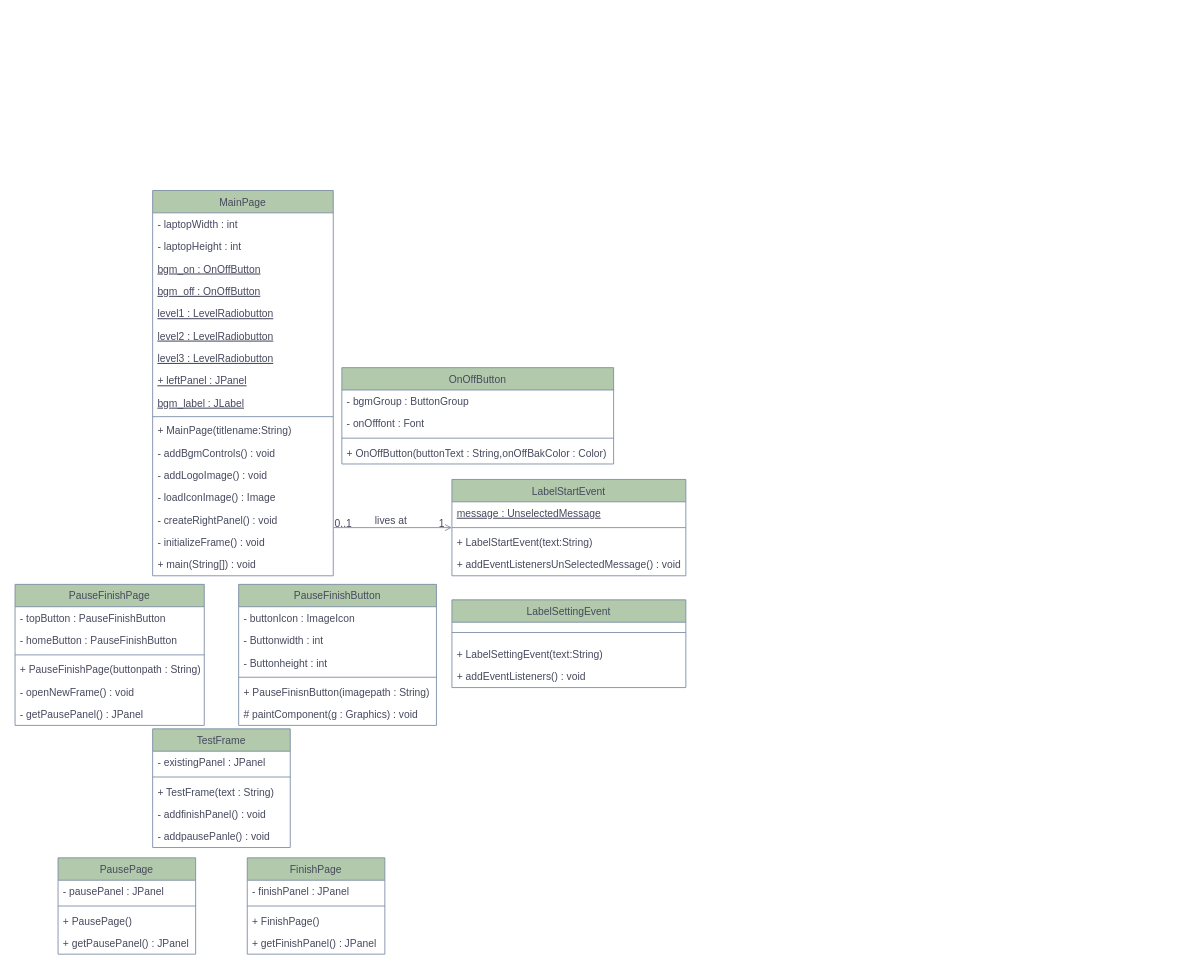
This is 제목 없는 다이어그램.drawio from hojeong26/sw_system, a draw.io file, before an edit. Source tidied: cells renumbered, new cells numbered last; positions are measured from the earlier drawing's top-left corner, leaving out a move shared by most shapes. Both pictures are drawn from the tidied source at 86%, with x=0, y=0 at pixel (15, 190).
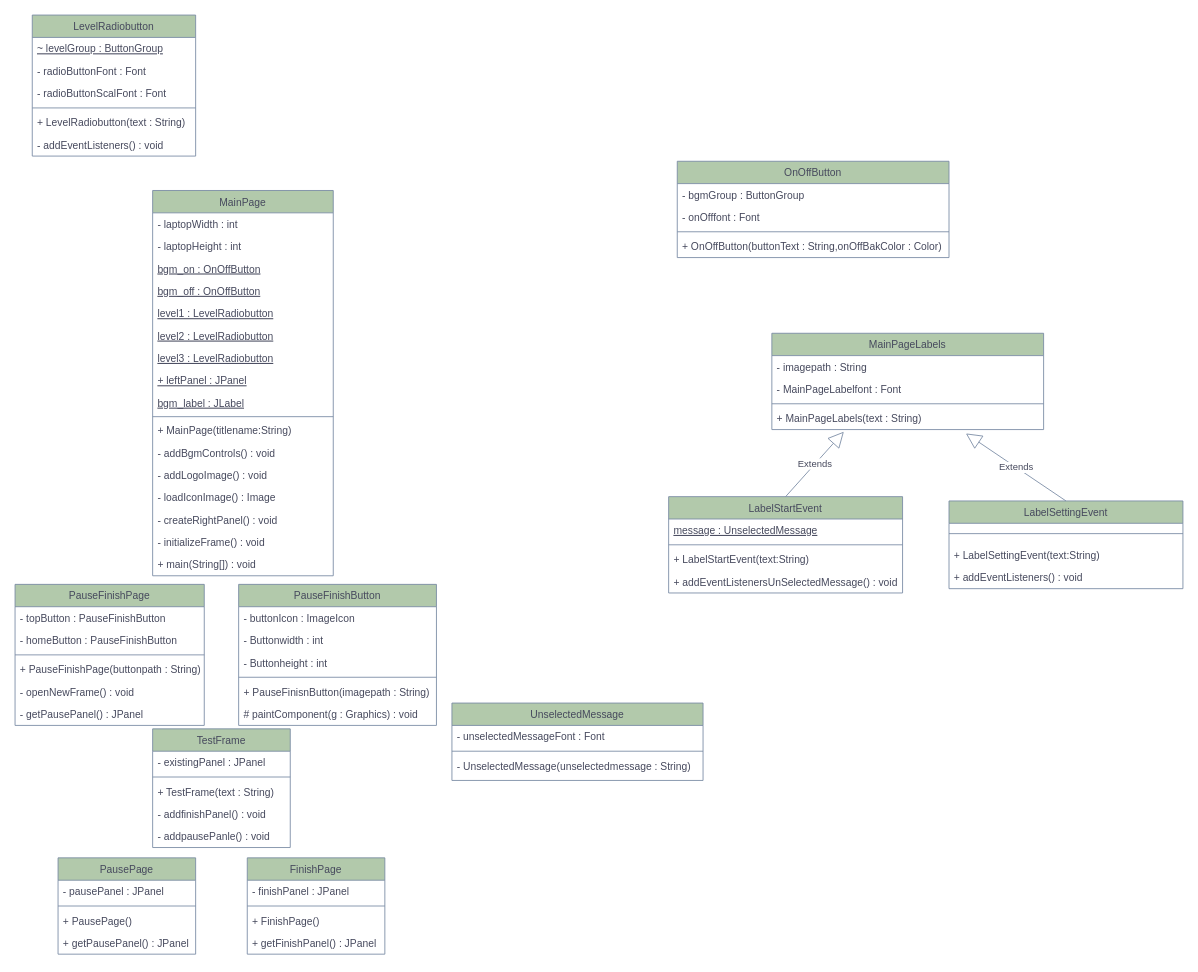
The same diagram, later.

The change refers to these unchanged cells:
```xml
<mxCell id="2" value="MainPage" style="swimlane;fontStyle=0;align=center;verticalAlign=top;horizontal=1;startSize=26;rounded=0;shadow=0;strokeWidth=1;labelBackgroundColor=none;fillColor=#B2C9AB;strokeColor=#788AA3;fontColor=#46495D;" parent="1" vertex="1">
  <mxGeometry x="160" width="210" height="448" as="geometry" />
</mxCell>
```

The edit, as a diff of the source:
```diff
@@
     <mxCell id="26" value="OnOffButton" style="swimlane;fontStyle=0;align=center;verticalAlign=top;horizontal=1;startSize=26;rounded=0;shadow=0;strokeWidth=1;labelBackgroundColor=none;fillColor=#B2C9AB;strokeColor=#788AA3;fontColor=#46495D;" parent="1" vertex="1">
-      <mxGeometry x="380" y="206" width="316" height="112" as="geometry" />
+      <mxGeometry x="770" y="-34" width="316" height="112" as="geometry" />
     </mxCell>
@@
     <mxCell id="31" value="LabelStartEvent" style="swimlane;fontStyle=0;align=center;verticalAlign=top;horizontal=1;startSize=26;rounded=0;shadow=0;strokeWidth=1;labelBackgroundColor=none;fillColor=#B2C9AB;strokeColor=#788AA3;fontColor=#46495D;" parent="1" vertex="1">
-      <mxGeometry x="508" y="336" width="272" height="112" as="geometry" />
+      <mxGeometry x="760" y="356" width="272" height="112" as="geometry" />
     </mxCell>
@@
-    <mxCell id="36" style="endArrow=open;shadow=0;strokeWidth=1;rounded=0;endFill=1;edgeStyle=elbowEdgeStyle;elbow=vertical;labelBackgroundColor=none;strokeColor=#788AA3;fontColor=default;" parent="1" edge="1" source="2" target="31">
-      <mxGeometry x="0.5" y="41" relative="1" as="geometry">
-        <mxPoint x="-40" y="32" as="offset" />
-      </mxGeometry>
-    </mxCell>
-    <mxCell id="37" value="0..1" style="align=left;verticalAlign=bottom;labelBackgroundColor=none;fontSize=12;fillColor=#B2C9AB;strokeColor=#788AA3;fontColor=#46495D;" parent="36" vertex="1">
-      <mxGeometry x="-1" relative="1" as="geometry">
-        <mxPoint y="4" as="offset" />
-      </mxGeometry>
-    </mxCell>
-    <mxCell id="38" value="1" style="align=right;verticalAlign=bottom;labelBackgroundColor=none;fontSize=12;fillColor=#B2C9AB;strokeColor=#788AA3;fontColor=#46495D;" parent="36" vertex="1">
-      <mxGeometry x="1" relative="1" as="geometry">
-        <mxPoint x="-7" y="4" as="offset" />
-      </mxGeometry>
-    </mxCell>
-    <mxCell id="39" value="lives at" style="text;html=1;align=center;verticalAlign=middle;labelBackgroundColor=none;rounded=0;shadow=0;strokeWidth=1;fontSize=12;fontColor=#46495D;" parent="36" vertex="1">
-      <mxGeometry x="0.5" y="49" relative="1" as="geometry">
-        <mxPoint x="-38" y="40" as="offset" />
-      </mxGeometry>
-    </mxCell>
     <mxCell id="40" value="LabelSettingEvent" style="swimlane;fontStyle=0;align=center;verticalAlign=top;horizontal=1;startSize=26;rounded=0;shadow=0;strokeWidth=1;labelBackgroundColor=none;fillColor=#B2C9AB;strokeColor=#788AA3;fontColor=#46495D;" parent="1" vertex="1">
-      <mxGeometry x="508" y="476" width="272" height="102" as="geometry" />
+      <mxGeometry x="1086" y="361" width="272" height="102" as="geometry" />
     </mxCell>
@@
+    <mxCell id="68" value="UnselectedMessage" style="swimlane;fontStyle=0;align=center;verticalAlign=top;horizontal=1;startSize=26;rounded=0;shadow=0;strokeWidth=1;labelBackgroundColor=none;fillColor=#B2C9AB;strokeColor=#788AA3;fontColor=#46495D;" parent="1" vertex="1">
+      <mxGeometry x="508" y="596" width="292" height="90" as="geometry" />
+    </mxCell>
+    <mxCell id="69" value="- unselectedMessageFont : Font" style="text;align=left;verticalAlign=top;spacingLeft=4;spacingRight=4;overflow=hidden;labelBackgroundColor=none;fontColor=#46495D;" parent="68" vertex="1">
+      <mxGeometry y="26" width="292" height="26" as="geometry" />
+    </mxCell>
+    <mxCell id="70" style="line;html=1;strokeWidth=1;align=left;verticalAlign=middle;spacingTop=-1;spacingLeft=3;spacingRight=3;labelPosition=right;labelBackgroundColor=none;fillColor=#B2C9AB;strokeColor=#788AA3;fontColor=#46495D;" parent="68" vertex="1">
+      <mxGeometry y="52" width="292" height="8" as="geometry" />
+    </mxCell>
+    <mxCell id="71" value="- UnselectedMessage(unselectedmessage : String)" style="text;align=left;verticalAlign=top;spacingLeft=4;spacingRight=4;overflow=hidden;labelBackgroundColor=none;fontColor=#46495D;" parent="68" vertex="1">
+      <mxGeometry y="60" width="292" height="26" as="geometry" />
+    </mxCell>
+    <mxCell id="72" value="MainPageLabels" style="swimlane;fontStyle=0;align=center;verticalAlign=top;horizontal=1;startSize=26;rounded=0;shadow=0;strokeWidth=1;labelBackgroundColor=none;fillColor=#B2C9AB;strokeColor=#788AA3;fontColor=#46495D;" parent="1" vertex="1">
+      <mxGeometry x="880" y="166" width="316" height="112" as="geometry" />
+    </mxCell>
+    <mxCell id="73" value="- imagepath : String" style="text;align=left;verticalAlign=top;spacingLeft=4;spacingRight=4;overflow=hidden;labelBackgroundColor=none;fontColor=#46495D;" parent="72" vertex="1">
+      <mxGeometry y="26" width="316" height="26" as="geometry" />
+    </mxCell>
+    <mxCell id="74" value="- MainPageLabelfont : Font" style="text;align=left;verticalAlign=top;spacingLeft=4;spacingRight=4;overflow=hidden;labelBackgroundColor=none;fontColor=#46495D;" parent="72" vertex="1">
+      <mxGeometry y="52" width="316" height="26" as="geometry" />
+    </mxCell>
+    <mxCell id="75" style="line;html=1;strokeWidth=1;align=left;verticalAlign=middle;spacingTop=-1;spacingLeft=3;spacingRight=3;labelPosition=right;labelBackgroundColor=none;fillColor=#B2C9AB;strokeColor=#788AA3;fontColor=#46495D;" parent="72" vertex="1">
+      <mxGeometry y="78" width="316" height="8" as="geometry" />
+    </mxCell>
+    <mxCell id="76" value="+ MainPageLabels(text : String)" style="text;align=left;verticalAlign=top;spacingLeft=4;spacingRight=4;overflow=hidden;points=[[0,0.5],[1,0.5]];portConstraint=eastwest;labelBackgroundColor=none;fontColor=#46495D;" parent="72" vertex="1">
+      <mxGeometry y="86" width="316" height="26" as="geometry" />
+    </mxCell>
+    <mxCell id="77" value="LevelRadiobutton" style="swimlane;fontStyle=0;align=center;verticalAlign=top;horizontal=1;startSize=26;rounded=0;shadow=0;strokeWidth=1;labelBackgroundColor=none;fillColor=#B2C9AB;strokeColor=#788AA3;fontColor=#46495D;" parent="1" vertex="1">
+      <mxGeometry x="20" y="-204" width="190" height="164" as="geometry" />
+    </mxCell>
+    <mxCell id="78" value="~ levelGroup : ButtonGroup" style="text;align=left;verticalAlign=top;spacingLeft=4;spacingRight=4;overflow=hidden;labelBackgroundColor=none;fontColor=#46495D;fontStyle=4;" parent="77" vertex="1">
+      <mxGeometry y="26" width="190" height="26" as="geometry" />
+    </mxCell>
+    <mxCell id="79" value="- radioButtonFont : Font" style="text;align=left;verticalAlign=top;spacingLeft=4;spacingRight=4;overflow=hidden;labelBackgroundColor=none;fontColor=#46495D;" parent="77" vertex="1">
+      <mxGeometry y="52" width="190" height="26" as="geometry" />
+    </mxCell>
+    <mxCell id="80" value="- radioButtonScalFont : Font" style="text;align=left;verticalAlign=top;spacingLeft=4;spacingRight=4;overflow=hidden;labelBackgroundColor=none;fontColor=#46495D;" parent="77" vertex="1">
+      <mxGeometry y="78" width="190" height="26" as="geometry" />
+    </mxCell>
+    <mxCell id="81" style="line;html=1;strokeWidth=1;align=left;verticalAlign=middle;spacingTop=-1;spacingLeft=3;spacingRight=3;labelPosition=right;labelBackgroundColor=none;fillColor=#B2C9AB;strokeColor=#788AA3;fontColor=#46495D;" parent="77" vertex="1">
+      <mxGeometry y="104" width="190" height="8" as="geometry" />
+    </mxCell>
+    <mxCell id="82" value="+ LevelRadiobutton(text : String)" style="text;align=left;verticalAlign=top;spacingLeft=4;spacingRight=4;overflow=hidden;rounded=0;shadow=0;html=0;labelBackgroundColor=none;fontColor=#46495D;" parent="77" vertex="1">
+      <mxGeometry y="112" width="190" height="26" as="geometry" />
+    </mxCell>
+    <mxCell id="83" value="- addEventListeners() : void" style="text;align=left;verticalAlign=top;spacingLeft=4;spacingRight=4;overflow=hidden;fontStyle=0;labelBackgroundColor=none;fontColor=#46495D;" parent="77" vertex="1">
+      <mxGeometry y="138" width="190" height="26" as="geometry" />
+    </mxCell>
+    <mxCell id="84" value="Extends" style="endArrow=block;endSize=16;endFill=0;html=1;rounded=0;strokeColor=#788AA3;fontColor=#46495D;fillColor=#B2C9AB;exitX=0.5;exitY=0;exitDx=0;exitDy=0;entryX=0.265;entryY=1.094;entryDx=0;entryDy=0;entryPerimeter=0;" parent="1" edge="1" source="31" target="76">
+      <mxGeometry relative="1" as="geometry" />
+    </mxCell>
+    <mxCell id="85" value="Extends" style="endArrow=block;endSize=16;endFill=0;html=1;rounded=0;strokeColor=#788AA3;fontColor=#46495D;fillColor=#B2C9AB;exitX=0.5;exitY=0;exitDx=0;exitDy=0;entryX=0.714;entryY=1.173;entryDx=0;entryDy=0;entryPerimeter=0;" parent="1" edge="1" source="40" target="76">
+      <mxGeometry relative="1" as="geometry" />
+    </mxCell>
```
